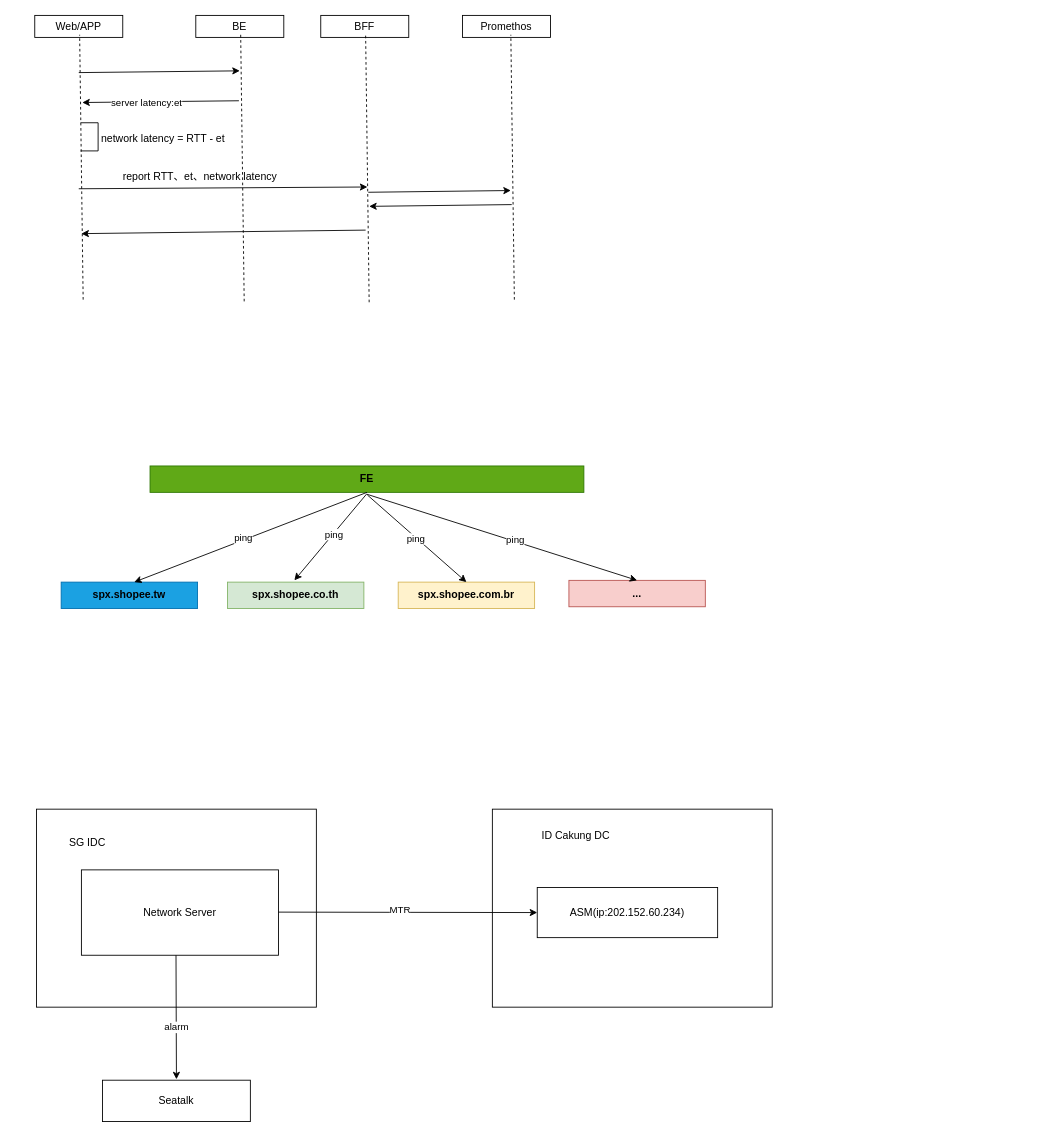
Above: network-profession.drawio in kekobin/axletree (draw.io), before the change. Source tidied: cells renumbered, new cells numbered last; positions are measured from the earlier drawing's top-left corner, leaving out a move shared by most shapes. Both pictures are drawn from the tidied source at 88%, with x=0, y=0 at pixel (34, 15).
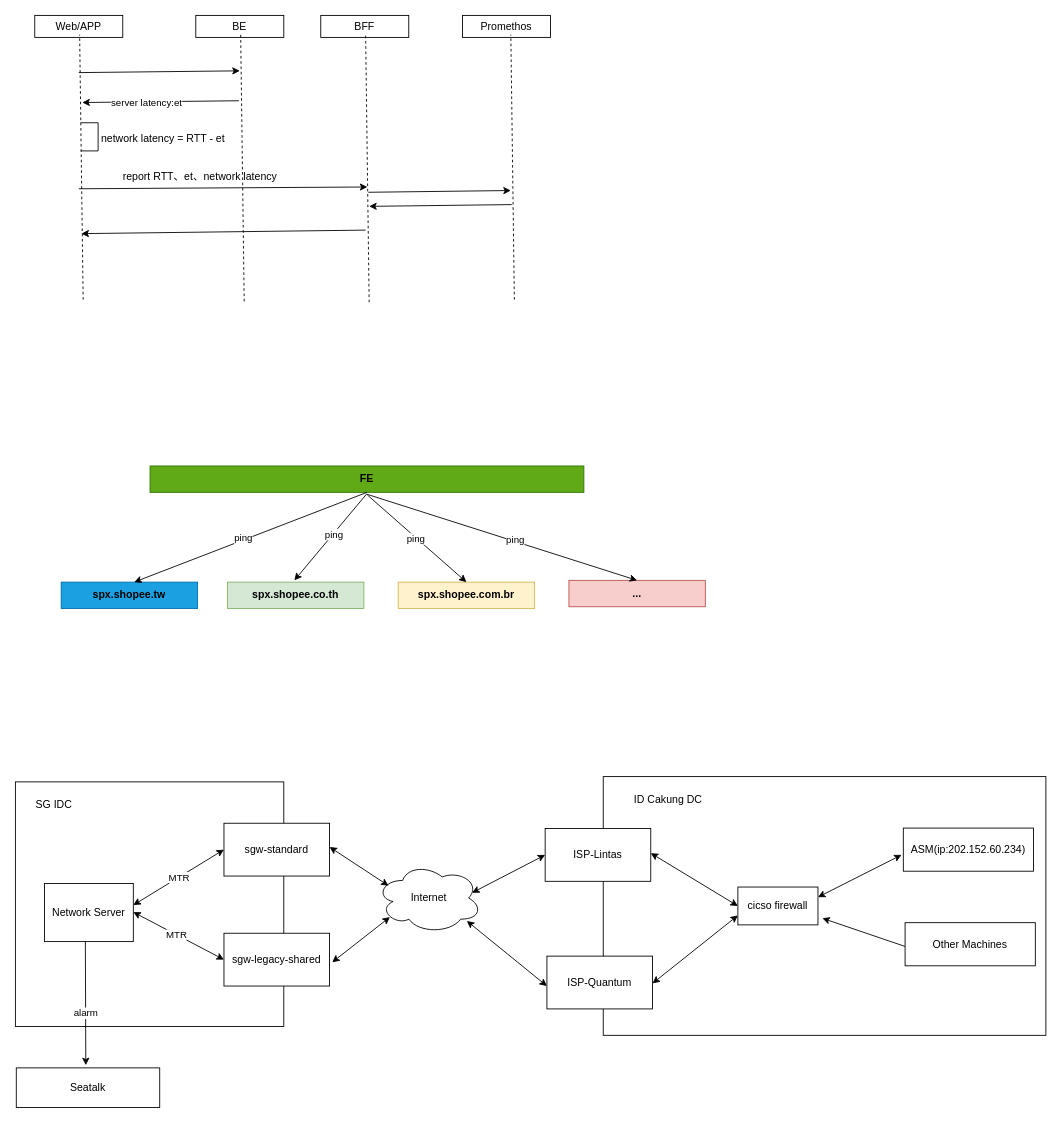
The same diagram, later.

Diff of the diagram source:
```diff
@@
     <mxCell id="33" style="rounded=0;whiteSpace=wrap;html=1;" parent="1" vertex="1">
-      <mxGeometry x="2" y="902" width="318" height="225" as="geometry" />
+      <mxGeometry x="-22" y="871" width="305" height="278" as="geometry" />
     </mxCell>
     <mxCell id="34" value="SG IDC" style="text;html=1;strokeColor=none;fillColor=none;align=center;verticalAlign=middle;whiteSpace=wrap;rounded=0;" parent="1" vertex="1">
-      <mxGeometry x="30" y="925" width="60" height="30" as="geometry" />
+      <mxGeometry x="-8" y="882" width="60" height="30" as="geometry" />
     </mxCell>
     <mxCell id="35" value="Network Server" style="rounded=0;whiteSpace=wrap;html=1;" parent="1" vertex="1">
-      <mxGeometry x="53" y="971" width="224" height="97" as="geometry" />
+      <mxGeometry x="11" y="986.5" width="101" height="66" as="geometry" />
     </mxCell>
     <mxCell id="36" style="rounded=0;whiteSpace=wrap;html=1;" parent="1" vertex="1">
-      <mxGeometry x="520" y="902" width="318" height="225" as="geometry" />
+      <mxGeometry x="646" y="865" width="503" height="294" as="geometry" />
     </mxCell>
     <mxCell id="37" value="ID Cakung DC" style="text;html=1;strokeColor=none;fillColor=none;align=center;verticalAlign=middle;whiteSpace=wrap;rounded=0;" parent="1" vertex="1">
-      <mxGeometry x="564" y="918" width="102" height="27" as="geometry" />
+      <mxGeometry x="669" y="877" width="102" height="27" as="geometry" />
     </mxCell>
-    <mxCell id="38" value="ASM(ip:202.152.60.234)" style="rounded=0;whiteSpace=wrap;html=1;" parent="1" vertex="1">
-      <mxGeometry x="571" y="991" width="205" height="57" as="geometry" />
+    <mxCell id="38" value="cicso firewall" style="rounded=0;whiteSpace=wrap;html=1;" parent="1" vertex="1">
+      <mxGeometry x="799" y="990.5" width="91" height="43" as="geometry" />
     </mxCell>
-    <mxCell id="39" style="endArrow=classic;html=1;rounded=0;entryX=0;entryY=0.5;entryDx=0;entryDy=0;" parent="1" edge="1" target="38">
-      <mxGeometry relative="1" as="geometry">
-        <mxPoint x="277" y="1019" as="sourcePoint" />
-      </mxGeometry>
-    </mxCell>
-    <mxCell id="40" value="MTR" style="edgeLabel;html=1;align=center;verticalAlign=middle;" parent="39" vertex="1">
-      <mxGeometry x="-0.07" y="4" relative="1" as="geometry" />
-    </mxCell>
     <mxCell id="41" value="Seatalk" style="rounded=0;whiteSpace=wrap;html=1;" parent="1" vertex="1">
-      <mxGeometry x="77" y="1210" width="168" height="47" as="geometry" />
+      <mxGeometry x="-21" y="1196" width="163" height="45" as="geometry" />
     </mxCell>
     <mxCell id="42" style="endArrow=classic;html=1;rounded=0;" parent="1" edge="1">
       <mxGeometry relative="1" as="geometry">
-        <mxPoint x="160.5" y="1068" as="sourcePoint" />
-        <mxPoint x="161" y="1209" as="targetPoint" />
+        <mxPoint x="57.5" y="1052" as="sourcePoint" />
+        <mxPoint x="58" y="1193" as="targetPoint" />
       </mxGeometry>
     </mxCell>
@@
+    <mxCell id="44" value="sgw-standard" style="rounded=0;whiteSpace=wrap;html=1;" parent="1" vertex="1">
+      <mxGeometry x="215" y="918" width="120" height="60" as="geometry" />
+    </mxCell>
+    <mxCell id="45" value="sgw-legacy-shared" style="rounded=0;whiteSpace=wrap;html=1;" parent="1" vertex="1">
+      <mxGeometry x="215" y="1043" width="120" height="60" as="geometry" />
+    </mxCell>
+    <mxCell id="46" value="ASM(ip:202.152.60.234)" style="rounded=0;whiteSpace=wrap;html=1;" parent="1" vertex="1">
+      <mxGeometry x="987" y="923.5" width="148" height="49" as="geometry" />
+    </mxCell>
+    <mxCell id="47" value="Other Machines" style="rounded=0;whiteSpace=wrap;html=1;" parent="1" vertex="1">
+      <mxGeometry x="989" y="1031" width="148" height="49" as="geometry" />
+    </mxCell>
+    <mxCell id="48" style="endArrow=classic;html=1;rounded=0;" parent="1" edge="1">
+      <mxGeometry relative="1" as="geometry">
+        <mxPoint x="989" y="1058" as="sourcePoint" />
+        <mxPoint x="895" y="1026" as="targetPoint" />
+      </mxGeometry>
+    </mxCell>
+    <mxCell id="49" value="Internet" style="ellipse;shape=cloud;whiteSpace=wrap;html=1;" parent="1" vertex="1">
+      <mxGeometry x="388" y="963" width="120" height="80" as="geometry" />
+    </mxCell>
+    <mxCell id="50" value="ISP-Lintas" style="rounded=0;whiteSpace=wrap;html=1;" parent="1" vertex="1">
+      <mxGeometry x="580" y="924" width="120" height="60" as="geometry" />
+    </mxCell>
+    <mxCell id="51" value="ISP-Quantum" style="rounded=0;whiteSpace=wrap;html=1;" parent="1" vertex="1">
+      <mxGeometry x="582" y="1069" width="120" height="60" as="geometry" />
+    </mxCell>
+    <mxCell id="52" style="endArrow=classic;startArrow=classic;html=1;rounded=0;entryX=0;entryY=0.5;entryDx=0;entryDy=0;" parent="1" edge="1" target="38">
+      <mxGeometry relative="1" as="geometry">
+        <mxPoint x="700" y="952" as="sourcePoint" />
+      </mxGeometry>
+    </mxCell>
+    <mxCell id="53" style="endArrow=classic;startArrow=classic;html=1;rounded=0;entryX=0;entryY=0.75;entryDx=0;entryDy=0;" parent="1" edge="1" target="38">
+      <mxGeometry relative="1" as="geometry">
+        <mxPoint x="702" y="1100" as="sourcePoint" />
+      </mxGeometry>
+    </mxCell>
+    <mxCell id="54" style="endArrow=classic;startArrow=classic;html=1;rounded=0;entryX=0;entryY=0.5;entryDx=0;entryDy=0;" parent="1" edge="1" target="50">
+      <mxGeometry relative="1" as="geometry">
+        <mxPoint x="497" y="997" as="sourcePoint" />
+      </mxGeometry>
+    </mxCell>
+    <mxCell id="55" style="endArrow=classic;startArrow=classic;html=1;rounded=0;" parent="1" edge="1">
+      <mxGeometry relative="1" as="geometry">
+        <mxPoint x="491" y="1029" as="sourcePoint" />
+        <mxPoint x="582" y="1103" as="targetPoint" />
+      </mxGeometry>
+    </mxCell>
+    <mxCell id="56" style="endArrow=classic;startArrow=classic;html=1;rounded=0;entryX=0.13;entryY=0.77;entryDx=0;entryDy=0;entryPerimeter=0;" parent="1" edge="1" target="49">
+      <mxGeometry relative="1" as="geometry">
+        <mxPoint x="338" y="1076" as="sourcePoint" />
+      </mxGeometry>
+    </mxCell>
+    <mxCell id="57" style="endArrow=classic;startArrow=classic;html=1;rounded=0;" parent="1" edge="1">
+      <mxGeometry relative="1" as="geometry">
+        <mxPoint x="335" y="945" as="sourcePoint" />
+        <mxPoint x="402" y="989" as="targetPoint" />
+      </mxGeometry>
+    </mxCell>
+    <mxCell id="58" style="endArrow=classic;startArrow=classic;html=1;rounded=0;entryX=0;entryY=0.5;entryDx=0;entryDy=0;" parent="1" edge="1" target="44">
+      <mxGeometry relative="1" as="geometry">
+        <mxPoint x="112" y="1011" as="sourcePoint" />
+      </mxGeometry>
+    </mxCell>
+    <mxCell id="59" value="MTR" style="edgeLabel;html=1;align=center;verticalAlign=middle;" parent="58" vertex="1">
+      <mxGeometry x="-0.01" relative="1" as="geometry" />
+    </mxCell>
+    <mxCell id="60" style="endArrow=classic;startArrow=classic;html=1;rounded=0;entryX=0;entryY=0.5;entryDx=0;entryDy=0;" parent="1" edge="1" target="45">
+      <mxGeometry relative="1" as="geometry">
+        <mxPoint x="112" y="1019" as="sourcePoint" />
+      </mxGeometry>
+    </mxCell>
+    <mxCell id="61" value="MTR" style="edgeLabel;html=1;align=center;verticalAlign=middle;" parent="60" vertex="1">
+      <mxGeometry x="-0.05" relative="1" as="geometry" />
+    </mxCell>
+    <mxCell id="62" style="endArrow=classic;startArrow=classic;html=1;rounded=0;" parent="1" edge="1">
+      <mxGeometry relative="1" as="geometry">
+        <mxPoint x="890" y="1002" as="sourcePoint" />
+        <mxPoint x="985" y="954" as="targetPoint" />
+      </mxGeometry>
+    </mxCell>
```
